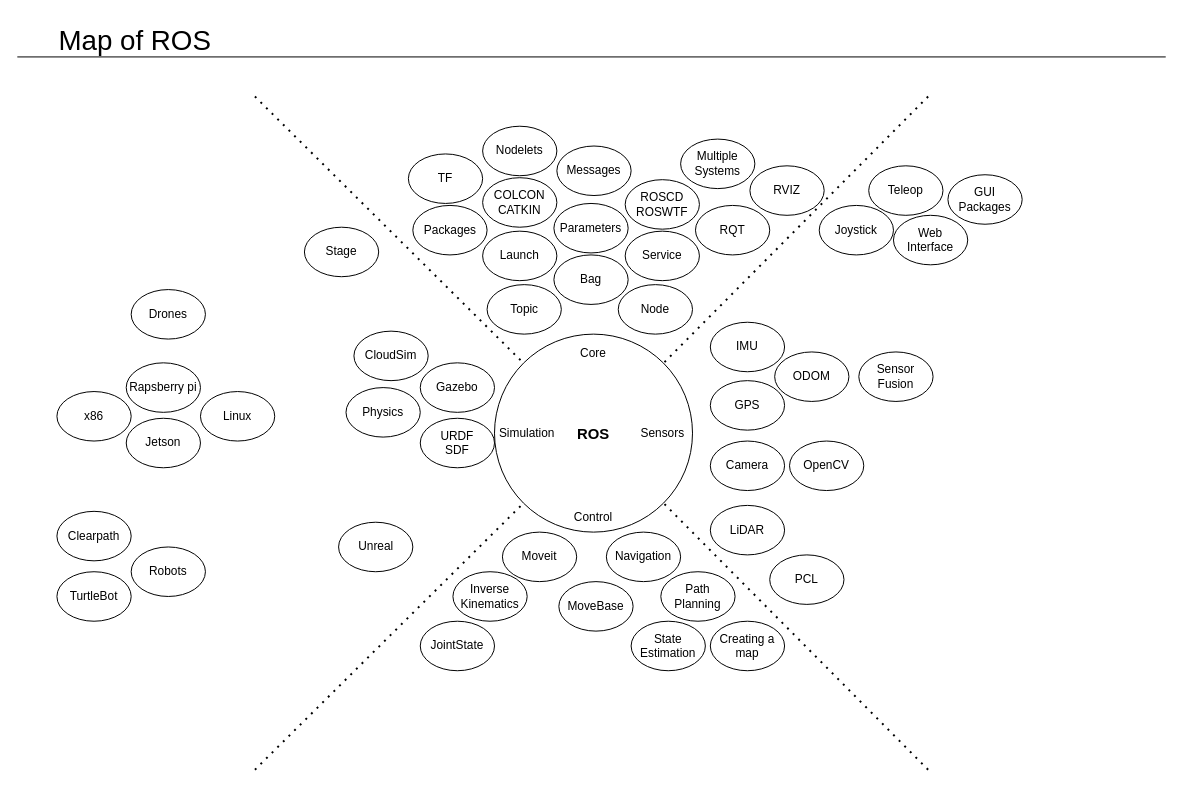
Above: ros_overview.drawio in AM1010101/lidar_integrators_course (draw.io), before the change. Source tidied: cells renumbered, new cells numbered last; positions are measured from the earlier drawing's top-left corner, leaving out a move shared by most shapes. Both pictures are drawn from the tidied source at 99%, with x=0, y=0 at pixel (17, 17).
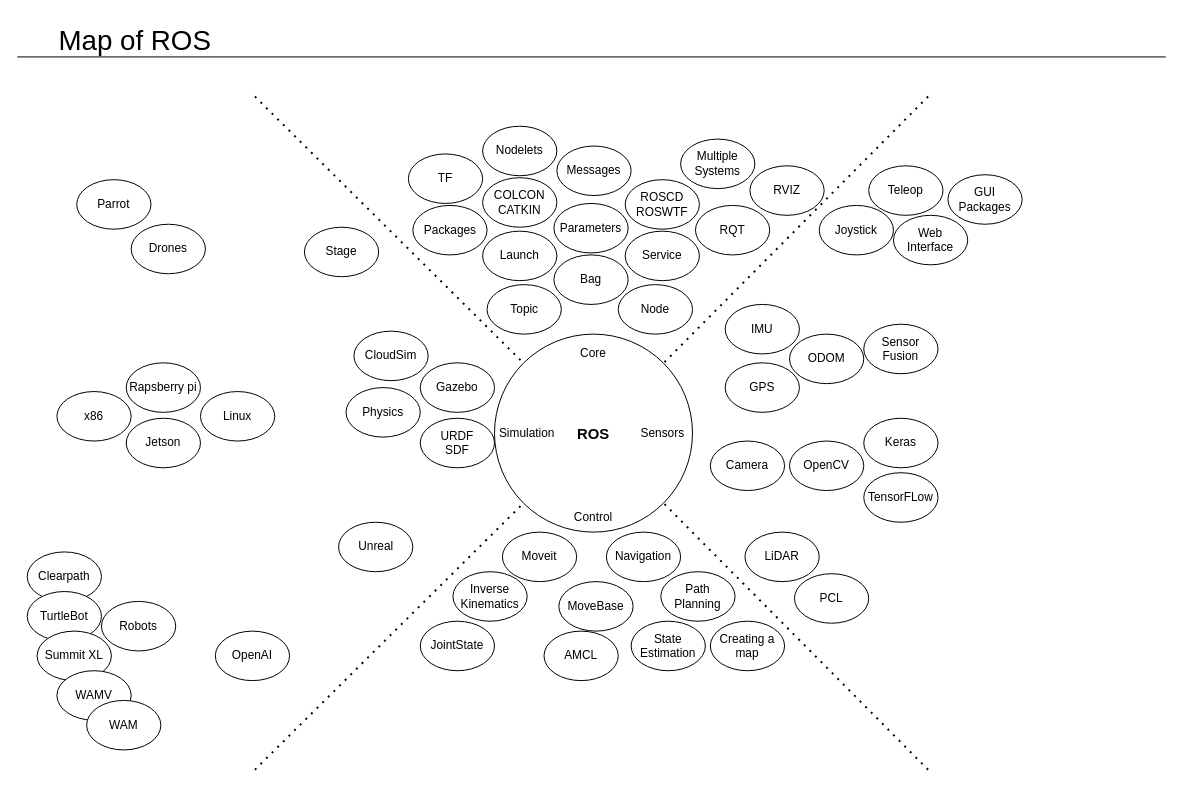
After the change.

What changed in the source:
```diff
@@
     <mxCell id="18" value="IMU" style="ellipse;whiteSpace=wrap;html=1;" parent="1" vertex="1">
-      <mxGeometry x="700" y="308" width="75" height="50" as="geometry" />
+      <mxGeometry x="715" y="290" width="75" height="50" as="geometry" />
     </mxCell>
     <mxCell id="19" value="GPS" style="ellipse;whiteSpace=wrap;html=1;" parent="1" vertex="1">
-      <mxGeometry x="700" y="367" width="75" height="50" as="geometry" />
+      <mxGeometry x="715" y="349" width="75" height="50" as="geometry" />
     </mxCell>
@@
     <mxCell id="21" value="LiDAR" style="ellipse;whiteSpace=wrap;html=1;" parent="1" vertex="1">
-      <mxGeometry x="700" y="493" width="75" height="50" as="geometry" />
+      <mxGeometry x="735" y="520" width="75" height="50" as="geometry" />
     </mxCell>
@@
     <mxCell id="23" value="PCL" style="ellipse;whiteSpace=wrap;html=1;" parent="1" vertex="1">
-      <mxGeometry x="760" y="543" width="75" height="50" as="geometry" />
+      <mxGeometry x="785" y="562" width="75" height="50" as="geometry" />
     </mxCell>
@@
     <mxCell id="44" value="Sensor Fusion" style="ellipse;whiteSpace=wrap;html=1;" parent="1" vertex="1">
-      <mxGeometry x="850" y="338" width="75" height="50" as="geometry" />
+      <mxGeometry x="855" y="310" width="75" height="50" as="geometry" />
     </mxCell>
     <mxCell id="45" value="ODOM" style="ellipse;whiteSpace=wrap;html=1;" parent="1" vertex="1">
-      <mxGeometry x="765" y="338" width="75" height="50" as="geometry" />
+      <mxGeometry x="780" y="320" width="75" height="50" as="geometry" />
     </mxCell>
@@
     <mxCell id="54" value="Robots" style="ellipse;whiteSpace=wrap;html=1;" parent="1" vertex="1">
-      <mxGeometry x="115" y="535" width="75" height="50" as="geometry" />
+      <mxGeometry x="85" y="590" width="75" height="50" as="geometry" />
     </mxCell>
     <mxCell id="55" value="Clearpath" style="ellipse;whiteSpace=wrap;html=1;" parent="1" vertex="1">
-      <mxGeometry x="40" y="499" width="75" height="50" as="geometry" />
+      <mxGeometry x="10" y="540" width="75" height="50" as="geometry" />
     </mxCell>
     <mxCell id="56" value="TurtleBot" style="ellipse;whiteSpace=wrap;html=1;" parent="1" vertex="1">
-      <mxGeometry x="40" y="560" width="75" height="50" as="geometry" />
+      <mxGeometry x="10" y="580" width="75" height="50" as="geometry" />
     </mxCell>
     <mxCell id="57" value="Drones" style="ellipse;whiteSpace=wrap;html=1;" parent="1" vertex="1">
-      <mxGeometry x="115" y="275" width="75" height="50" as="geometry" />
+      <mxGeometry x="115" y="209" width="75" height="50" as="geometry" />
     </mxCell>
@@
+    <mxCell id="62" value="AMCL" style="ellipse;whiteSpace=wrap;html=1;" parent="1" vertex="1">
+      <mxGeometry x="532" y="620" width="75" height="50" as="geometry" />
+    </mxCell>
+    <mxCell id="63" value="OpenAI" style="ellipse;whiteSpace=wrap;html=1;" parent="1" vertex="1">
+      <mxGeometry x="200" y="620" width="75" height="50" as="geometry" />
+    </mxCell>
+    <mxCell id="64" value="Keras" style="ellipse;whiteSpace=wrap;html=1;" parent="1" vertex="1">
+      <mxGeometry x="855" y="405" width="75" height="50" as="geometry" />
+    </mxCell>
+    <mxCell id="65" value="TensorFLow" style="ellipse;whiteSpace=wrap;html=1;" parent="1" vertex="1">
+      <mxGeometry x="855" y="460" width="75" height="50" as="geometry" />
+    </mxCell>
+    <mxCell id="66" value="Summit XL" style="ellipse;whiteSpace=wrap;html=1;" parent="1" vertex="1">
+      <mxGeometry x="20" y="620" width="75" height="50" as="geometry" />
+    </mxCell>
+    <mxCell id="67" value="Parrot" style="ellipse;whiteSpace=wrap;html=1;" parent="1" vertex="1">
+      <mxGeometry x="60" y="164" width="75" height="50" as="geometry" />
+    </mxCell>
+    <mxCell id="68" value="WAMV" style="ellipse;whiteSpace=wrap;html=1;" parent="1" vertex="1">
+      <mxGeometry x="40" y="660" width="75" height="50" as="geometry" />
+    </mxCell>
+    <mxCell id="69" value="WAM" style="ellipse;whiteSpace=wrap;html=1;" parent="1" vertex="1">
+      <mxGeometry x="70" y="690" width="75" height="50" as="geometry" />
+    </mxCell>
```
